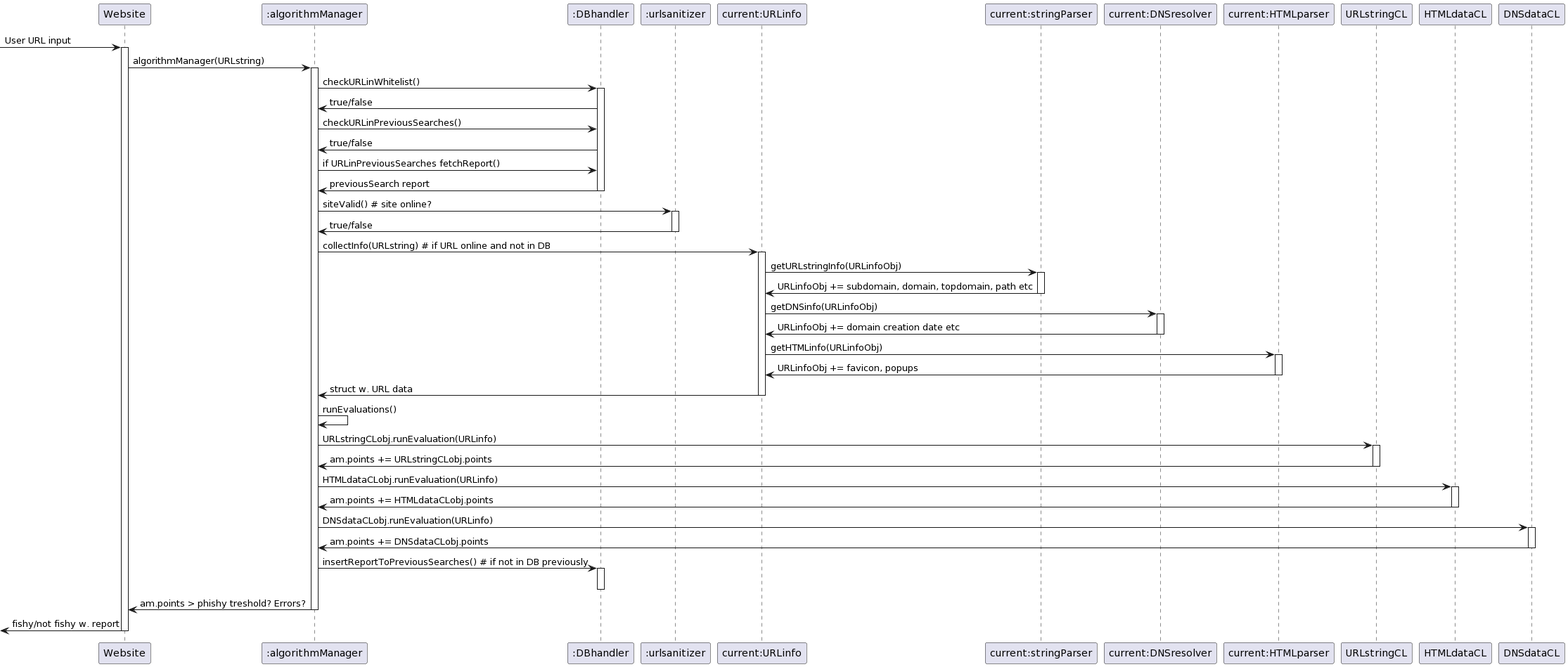
This is sequence_diagram.png from Purcs3d/phishing-softhouse, a PlantUML export, as it was before one commit.
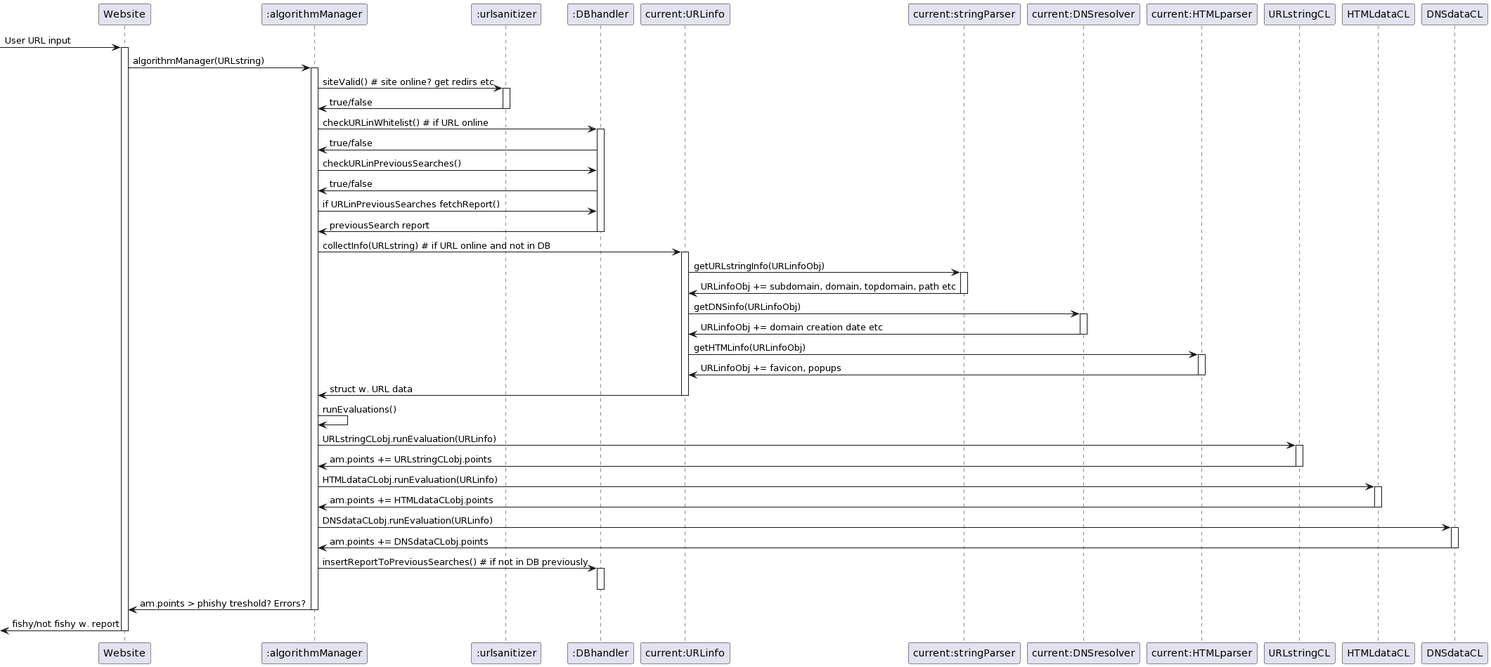
After the commit.

Commit message:
updated sequence diagram

What changed in the source:
```diff
@@ -1,8 +1,8 @@
 @startuml
 participant "Website" as ws
 participant ":algorithmManager" as am
+participant ":urlsanitizer" as us
 participant ":DBhandler" as db
-participant ":urlsanitizer" as us
 participant "current:URLinfo" as inf
 participant "current:stringParser" as par
 participant "current:DNSresolver" as dns
@@ -16,7 +16,11 @@
 activate ws
 ws -> am : algorithmManager(URLstring)
 activate am
-am -> db : checkURLinWhitelist()
+am -> us : siteValid() # site online? get redirs etc
+activate us
+us -> am : true/false
+deactivate us
+am -> db : checkURLinWhitelist() # if URL online
 activate db
 db -> am : true/false
 am -> db : checkURLinPreviousSearches()
@@ -24,10 +28,6 @@
 am -> db : if URLinPreviousSearches fetchReport()
 db -> am : previousSearch report
 deactivate db
-am -> us : siteValid() # site online?
-activate us
-us -> am : true/false
-deactivate us
 am -> inf : collectInfo(URLstring) # if URL online and not in DB
 activate inf
 inf -> par : getURLstringInfo(URLinfoObj)
```
